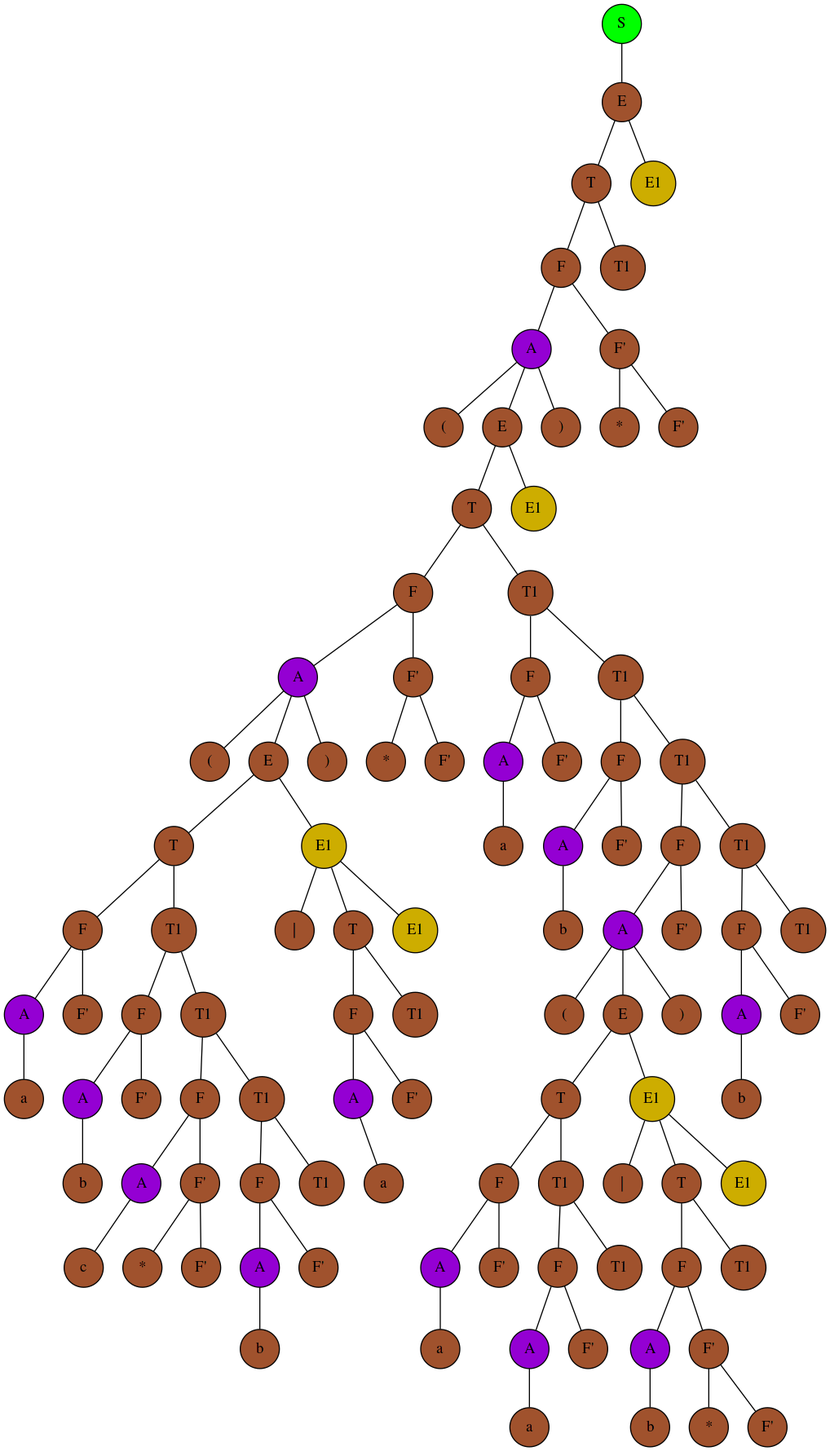
Above: src/out.png in vlakam/RecursiveParser (Graphviz), before the change. Its source is kept beside it as src/out.dot.
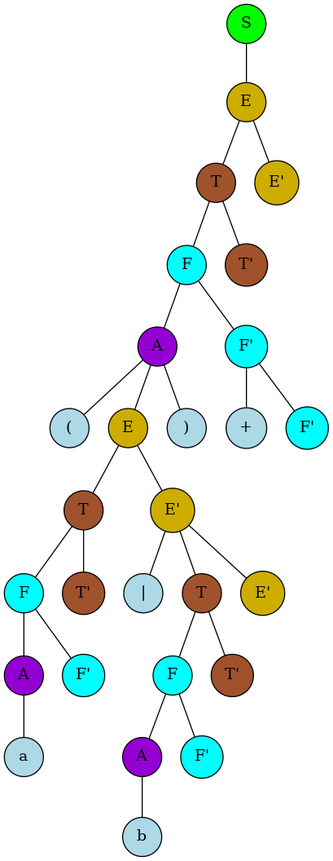
After the change.

Diff of the diagram source:
```diff
@@ -1,254 +1,71 @@
 graph g {
 	"705927765S0" [shape=circle, style=filled, fillcolor="green", label="S"];
-	"366712642E1" [shape=circle, style=filled, fillcolor="sienna", label="E"];
+	"366712642E1" [shape=circle, style=filled, fillcolor="gold3", label="E"];
 	"1829164700T2" [shape=circle, style=filled, fillcolor="sienna", label="T"];
-	"2018699554F3" [shape=circle, style=filled, fillcolor="sienna", label="F"];
+	"2018699554F3" [shape=circle, style=filled, fillcolor="cyan", label="F"];
 	"1311053135A4" [shape=circle, style=filled, fillcolor="darkviolet", label="A"];
-	"118352462(5" [shape=circle, style=filled, fillcolor="sienna", label="("];
-	"1550089733E5" [shape=circle, style=filled, fillcolor="sienna", label="E"];
+	"118352462(5" [shape=circle, style=filled, fillcolor="lightblue", label="("];
+	"1550089733E5" [shape=circle, style=filled, fillcolor="gold3", label="E"];
 	"865113938T6" [shape=circle, style=filled, fillcolor="sienna", label="T"];
-	"1442407170F7" [shape=circle, style=filled, fillcolor="sienna", label="F"];
+	"1442407170F7" [shape=circle, style=filled, fillcolor="cyan", label="F"];
 	"1028566121A8" [shape=circle, style=filled, fillcolor="darkviolet", label="A"];
-	"1118140819(9" [shape=circle, style=filled, fillcolor="sienna", label="("];
-	"1975012498E9" [shape=circle, style=filled, fillcolor="sienna", label="E"];
-	"1808253012T10" [shape=circle, style=filled, fillcolor="sienna", label="T"];
-	"589431969F11" [shape=circle, style=filled, fillcolor="sienna", label="F"];
-	"1252169911A12" [shape=circle, style=filled, fillcolor="darkviolet", label="A"];
-	"2101973421a13" [shape=circle, style=filled, fillcolor="sienna", label="a"];
-	"1252169911A12" -- "2101973421a13";
-	{ rank=same "2101973421a13" }
-	"685325104F'12" [shape=circle, style=filled, fillcolor="sienna", label="F'"];
-	"589431969F11" -- "1252169911A12";
-	"589431969F11" -- "685325104F'12";
-	{ rank=same "1252169911A12","685325104F'12" }
-	"460141958T111" [shape=circle, style=filled, fillcolor="sienna", label="T1"];
-	"1163157884F12" [shape=circle, style=filled, fillcolor="sienna", label="F"];
-	"1956725890A13" [shape=circle, style=filled, fillcolor="darkviolet", label="A"];
-	"356573597b14" [shape=circle, style=filled, fillcolor="sienna", label="b"];
-	"1956725890A13" -- "356573597b14";
-	{ rank=same "356573597b14" }
-	"1735600054F'13" [shape=circle, style=filled, fillcolor="sienna", label="F'"];
-	"1163157884F12" -- "1956725890A13";
-	"1163157884F12" -- "1735600054F'13";
-	{ rank=same "1956725890A13","1735600054F'13" }
-	"21685669T112" [shape=circle, style=filled, fillcolor="sienna", label="T1"];
-	"2133927002F13" [shape=circle, style=filled, fillcolor="sienna", label="F"];
-	"1836019240A14" [shape=circle, style=filled, fillcolor="darkviolet", label="A"];
-	"325040804c15" [shape=circle, style=filled, fillcolor="sienna", label="c"];
-	"1836019240A14" -- "325040804c15";
-	{ rank=same "325040804c15" }
-	"1173230247F'14" [shape=circle, style=filled, fillcolor="sienna", label="F'"];
-	"856419764*15" [shape=circle, style=filled, fillcolor="sienna", label="*"];
-	"621009875F'15" [shape=circle, style=filled, fillcolor="sienna", label="F'"];
-	"1173230247F'14" -- "856419764*15";
-	"1173230247F'14" -- "621009875F'15";
-	{ rank=same "856419764*15","621009875F'15" }
-	"2133927002F13" -- "1836019240A14";
-	"2133927002F13" -- "1173230247F'14";
-	{ rank=same "1836019240A14","1173230247F'14" }
-	"1265094477T113" [shape=circle, style=filled, fillcolor="sienna", label="T1"];
-	"2125039532F14" [shape=circle, style=filled, fillcolor="sienna", label="F"];
-	"312714112A15" [shape=circle, style=filled, fillcolor="darkviolet", label="A"];
-	"692404036b16" [shape=circle, style=filled, fillcolor="sienna", label="b"];
-	"312714112A15" -- "692404036b16";
-	{ rank=same "692404036b16" }
-	"1554874502F'15" [shape=circle, style=filled, fillcolor="sienna", label="F'"];
-	"2125039532F14" -- "312714112A15";
-	"2125039532F14" -- "1554874502F'15";
-	{ rank=same "312714112A15","1554874502F'15" }
-	"1846274136T114" [shape=circle, style=filled, fillcolor="sienna", label="T1"];
-	"1265094477T113" -- "2125039532F14";
-	"1265094477T113" -- "1846274136T114";
-	{ rank=same "2125039532F14","1846274136T114" }
-	"21685669T112" -- "2133927002F13";
-	"21685669T112" -- "1265094477T113";
-	{ rank=same "2133927002F13","1265094477T113" }
-	"460141958T111" -- "1163157884F12";
-	"460141958T111" -- "21685669T112";
-	{ rank=same "1163157884F12","21685669T112" }
-	"1808253012T10" -- "589431969F11";
-	"1808253012T10" -- "460141958T111";
-	{ rank=same "589431969F11","460141958T111" }
-	"1639705018E110" [shape=circle, style=filled, fillcolor="gold3", label="E1"];
-	"1627674070|11" [shape=circle, style=filled, fillcolor="sienna", label="|"];
-	"1360875712T11" [shape=circle, style=filled, fillcolor="sienna", label="T"];
-	"1625635731F12" [shape=circle, style=filled, fillcolor="sienna", label="F"];
-	"1580066828A13" [shape=circle, style=filled, fillcolor="darkviolet", label="A"];
-	"491044090a14" [shape=circle, style=filled, fillcolor="sienna", label="a"];
-	"1580066828A13" -- "491044090a14";
-	{ rank=same "491044090a14" }
-	"644117698F'13" [shape=circle, style=filled, fillcolor="sienna", label="F'"];
-	"1625635731F12" -- "1580066828A13";
-	"1625635731F12" -- "644117698F'13";
-	{ rank=same "1580066828A13","644117698F'13" }
-	"1872034366T112" [shape=circle, style=filled, fillcolor="sienna", label="T1"];
-	"1360875712T11" -- "1625635731F12";
-	"1360875712T11" -- "1872034366T112";
-	{ rank=same "1625635731F12","1872034366T112" }
-	"1581781576E111" [shape=circle, style=filled, fillcolor="gold3", label="E1"];
-	"1639705018E110" -- "1627674070|11";
-	"1639705018E110" -- "1360875712T11";
-	"1639705018E110" -- "1581781576E111";
-	{ rank=same "1627674070|11","1360875712T11","1581781576E111" }
-	"1975012498E9" -- "1808253012T10";
-	"1975012498E9" -- "1639705018E110";
-	{ rank=same "1808253012T10","1639705018E110" }
-	"1725154839)9" [shape=circle, style=filled, fillcolor="sienna", label=")"];
-	"1028566121A8" -- "1118140819(9";
-	"1028566121A8" -- "1975012498E9";
-	"1028566121A8" -- "1725154839)9";
-	{ rank=same "1118140819(9","1975012498E9","1725154839)9" }
-	"1670675563F'8" [shape=circle, style=filled, fillcolor="sienna", label="F'"];
-	"723074861*9" [shape=circle, style=filled, fillcolor="sienna", label="*"];
-	"895328852F'9" [shape=circle, style=filled, fillcolor="sienna", label="F'"];
-	"1670675563F'8" -- "723074861*9";
-	"1670675563F'8" -- "895328852F'9";
-	{ rank=same "723074861*9","895328852F'9" }
+	"1118140819a9" [shape=circle, style=filled, fillcolor="lightblue", label="a"];
+	"1028566121A8" -- "1118140819a9";
+	{ rank=same "1118140819a9" }
+	"1975012498F'8" [shape=circle, style=filled, fillcolor="cyan", label="F'"];
 	"1442407170F7" -- "1028566121A8";
-	"1442407170F7" -- "1670675563F'8";
-	{ rank=same "1028566121A8","1670675563F'8" }
-	"1304836502T17" [shape=circle, style=filled, fillcolor="sienna", label="T1"];
-	"225534817F8" [shape=circle, style=filled, fillcolor="sienna", label="F"];
-	"1878246837A9" [shape=circle, style=filled, fillcolor="darkviolet", label="A"];
-	"929338653a10" [shape=circle, style=filled, fillcolor="sienna", label="a"];
-	"1878246837A9" -- "929338653a10";
-	{ rank=same "929338653a10" }
-	"1259475182F'9" [shape=circle, style=filled, fillcolor="sienna", label="F'"];
-	"225534817F8" -- "1878246837A9";
-	"225534817F8" -- "1259475182F'9";
-	{ rank=same "1878246837A9","1259475182F'9" }
-	"1300109446T18" [shape=circle, style=filled, fillcolor="sienna", label="T1"];
-	"1020371697F9" [shape=circle, style=filled, fillcolor="sienna", label="F"];
-	"789451787A10" [shape=circle, style=filled, fillcolor="darkviolet", label="A"];
-	"1950409828b11" [shape=circle, style=filled, fillcolor="sienna", label="b"];
-	"789451787A10" -- "1950409828b11";
-	{ rank=same "1950409828b11" }
-	"1229416514F'10" [shape=circle, style=filled, fillcolor="sienna", label="F'"];
-	"1020371697F9" -- "789451787A10";
-	"1020371697F9" -- "1229416514F'10";
-	{ rank=same "789451787A10","1229416514F'10" }
-	"2016447921T19" [shape=circle, style=filled, fillcolor="sienna", label="T1"];
-	"666988784F10" [shape=circle, style=filled, fillcolor="sienna", label="F"];
-	"1414644648A11" [shape=circle, style=filled, fillcolor="darkviolet", label="A"];
-	"640070680(12" [shape=circle, style=filled, fillcolor="sienna", label="("];
-	"1510467688E12" [shape=circle, style=filled, fillcolor="sienna", label="E"];
-	"1995265320T13" [shape=circle, style=filled, fillcolor="sienna", label="T"];
-	"746292446F14" [shape=circle, style=filled, fillcolor="sienna", label="F"];
-	"1072591677A15" [shape=circle, style=filled, fillcolor="darkviolet", label="A"];
-	"1523554304a16" [shape=circle, style=filled, fillcolor="sienna", label="a"];
-	"1072591677A15" -- "1523554304a16";
-	{ rank=same "1523554304a16" }
-	"1175962212F'15" [shape=circle, style=filled, fillcolor="sienna", label="F'"];
-	"746292446F14" -- "1072591677A15";
-	"746292446F14" -- "1175962212F'15";
-	{ rank=same "1072591677A15","1175962212F'15" }
-	"918221580T114" [shape=circle, style=filled, fillcolor="sienna", label="T1"];
-	"2055281021F15" [shape=circle, style=filled, fillcolor="sienna", label="F"];
-	"1554547125A16" [shape=circle, style=filled, fillcolor="darkviolet", label="A"];
-	"617901222a17" [shape=circle, style=filled, fillcolor="sienna", label="a"];
-	"1554547125A16" -- "617901222a17";
-	{ rank=same "617901222a17" }
-	"1159190947F'16" [shape=circle, style=filled, fillcolor="sienna", label="F'"];
-	"2055281021F15" -- "1554547125A16";
-	"2055281021F15" -- "1159190947F'16";
-	{ rank=same "1554547125A16","1159190947F'16" }
-	"925858445T115" [shape=circle, style=filled, fillcolor="sienna", label="T1"];
-	"918221580T114" -- "2055281021F15";
-	"918221580T114" -- "925858445T115";
-	{ rank=same "2055281021F15","925858445T115" }
-	"1995265320T13" -- "746292446F14";
-	"1995265320T13" -- "918221580T114";
-	{ rank=same "746292446F14","918221580T114" }
-	"798154996E113" [shape=circle, style=filled, fillcolor="gold3", label="E1"];
-	"681842940|14" [shape=circle, style=filled, fillcolor="sienna", label="|"];
-	"1392838282T14" [shape=circle, style=filled, fillcolor="sienna", label="T"];
-	"523429237F15" [shape=circle, style=filled, fillcolor="sienna", label="F"];
-	"664740647A16" [shape=circle, style=filled, fillcolor="darkviolet", label="A"];
-	"804564176b17" [shape=circle, style=filled, fillcolor="sienna", label="b"];
-	"664740647A16" -- "804564176b17";
-	{ rank=same "804564176b17" }
-	"1421795058F'16" [shape=circle, style=filled, fillcolor="sienna", label="F'"];
-	"1555009629*17" [shape=circle, style=filled, fillcolor="sienna", label="*"];
-	"41359092F'17" [shape=circle, style=filled, fillcolor="sienna", label="F'"];
-	"1421795058F'16" -- "1555009629*17";
-	"1421795058F'16" -- "41359092F'17";
-	{ rank=same "1555009629*17","41359092F'17" }
-	"523429237F15" -- "664740647A16";
-	"523429237F15" -- "1421795058F'16";
-	{ rank=same "664740647A16","1421795058F'16" }
-	"149928006T115" [shape=circle, style=filled, fillcolor="sienna", label="T1"];
-	"1392838282T14" -- "523429237F15";
-	"1392838282T14" -- "149928006T115";
-	{ rank=same "523429237F15","149928006T115" }
-	"713338599E114" [shape=circle, style=filled, fillcolor="gold3", label="E1"];
-	"798154996E113" -- "681842940|14";
-	"798154996E113" -- "1392838282T14";
-	"798154996E113" -- "713338599E114";
-	{ rank=same "681842940|14","1392838282T14","713338599E114" }
-	"1510467688E12" -- "1995265320T13";
-	"1510467688E12" -- "798154996E113";
-	{ rank=same "1995265320T13","798154996E113" }
-	"168423058)12" [shape=circle, style=filled, fillcolor="sienna", label=")"];
-	"1414644648A11" -- "640070680(12";
-	"1414644648A11" -- "1510467688E12";
-	"1414644648A11" -- "168423058)12";
-	{ rank=same "640070680(12","1510467688E12","168423058)12" }
-	"821270929F'11" [shape=circle, style=filled, fillcolor="sienna", label="F'"];
-	"666988784F10" -- "1414644648A11";
-	"666988784F10" -- "821270929F'11";
-	{ rank=same "1414644648A11","821270929F'11" }
-	"1160460865T110" [shape=circle, style=filled, fillcolor="sienna", label="T1"];
-	"1247233941F11" [shape=circle, style=filled, fillcolor="sienna", label="F"];
-	"258952499A12" [shape=circle, style=filled, fillcolor="darkviolet", label="A"];
-	"603742814b13" [shape=circle, style=filled, fillcolor="sienna", label="b"];
-	"258952499A12" -- "603742814b13";
-	{ rank=same "603742814b13" }
-	"1067040082F'12" [shape=circle, style=filled, fillcolor="sienna", label="F'"];
-	"1247233941F11" -- "258952499A12";
-	"1247233941F11" -- "1067040082F'12";
-	{ rank=same "258952499A12","1067040082F'12" }
-	"1325547227T111" [shape=circle, style=filled, fillcolor="sienna", label="T1"];
-	"1160460865T110" -- "1247233941F11";
-	"1160460865T110" -- "1325547227T111";
-	{ rank=same "1247233941F11","1325547227T111" }
-	"2016447921T19" -- "666988784F10";
-	"2016447921T19" -- "1160460865T110";
-	{ rank=same "666988784F10","1160460865T110" }
-	"1300109446T18" -- "1020371697F9";
-	"1300109446T18" -- "2016447921T19";
-	{ rank=same "1020371697F9","2016447921T19" }
-	"1304836502T17" -- "225534817F8";
-	"1304836502T17" -- "1300109446T18";
-	{ rank=same "225534817F8","1300109446T18" }
+	"1442407170F7" -- "1975012498F'8";
+	{ rank=same "1028566121A8","1975012498F'8" }
+	"1808253012T'7" [shape=circle, style=filled, fillcolor="sienna", label="T'"];
 	"865113938T6" -- "1442407170F7";
-	"865113938T6" -- "1304836502T17";
-	{ rank=same "1442407170F7","1304836502T17" }
-	"980546781E16" [shape=circle, style=filled, fillcolor="gold3", label="E1"];
+	"865113938T6" -- "1808253012T'7";
+	{ rank=same "1442407170F7","1808253012T'7" }
+	"589431969E'6" [shape=circle, style=filled, fillcolor="gold3", label="E'"];
+	"1252169911|7" [shape=circle, style=filled, fillcolor="lightblue", label="|"];
+	"2101973421T7" [shape=circle, style=filled, fillcolor="sienna", label="T"];
+	"685325104F8" [shape=circle, style=filled, fillcolor="cyan", label="F"];
+	"460141958A9" [shape=circle, style=filled, fillcolor="darkviolet", label="A"];
+	"1163157884b10" [shape=circle, style=filled, fillcolor="lightblue", label="b"];
+	"460141958A9" -- "1163157884b10";
+	{ rank=same "1163157884b10" }
+	"1956725890F'9" [shape=circle, style=filled, fillcolor="cyan", label="F'"];
+	"685325104F8" -- "460141958A9";
+	"685325104F8" -- "1956725890F'9";
+	{ rank=same "460141958A9","1956725890F'9" }
+	"356573597T'8" [shape=circle, style=filled, fillcolor="sienna", label="T'"];
+	"2101973421T7" -- "685325104F8";
+	"2101973421T7" -- "356573597T'8";
+	{ rank=same "685325104F8","356573597T'8" }
+	"1735600054E'7" [shape=circle, style=filled, fillcolor="gold3", label="E'"];
+	"589431969E'6" -- "1252169911|7";
+	"589431969E'6" -- "2101973421T7";
+	"589431969E'6" -- "1735600054E'7";
+	{ rank=same "1252169911|7","2101973421T7","1735600054E'7" }
 	"1550089733E5" -- "865113938T6";
-	"1550089733E5" -- "980546781E16";
-	{ rank=same "865113938T6","980546781E16" }
-	"2061475679)5" [shape=circle, style=filled, fillcolor="sienna", label=")"];
+	"1550089733E5" -- "589431969E'6";
+	{ rank=same "865113938T6","589431969E'6" }
+	"21685669)5" [shape=circle, style=filled, fillcolor="lightblue", label=")"];
 	"1311053135A4" -- "118352462(5";
 	"1311053135A4" -- "1550089733E5";
-	"1311053135A4" -- "2061475679)5";
-	{ rank=same "118352462(5","1550089733E5","2061475679)5" }
-	"140435067F'4" [shape=circle, style=filled, fillcolor="sienna", label="F'"];
-	"1450495309*5" [shape=circle, style=filled, fillcolor="sienna", label="*"];
-	"1670782018F'5" [shape=circle, style=filled, fillcolor="sienna", label="F'"];
-	"140435067F'4" -- "1450495309*5";
-	"140435067F'4" -- "1670782018F'5";
-	{ rank=same "1450495309*5","1670782018F'5" }
+	"1311053135A4" -- "21685669)5";
+	{ rank=same "118352462(5","1550089733E5","21685669)5" }
+	"2133927002F'4" [shape=circle, style=filled, fillcolor="cyan", label="F'"];
+	"1836019240+5" [shape=circle, style=filled, fillcolor="lightblue", label="+"];
+	"325040804F'5" [shape=circle, style=filled, fillcolor="cyan", label="F'"];
+	"2133927002F'4" -- "1836019240+5";
+	"2133927002F'4" -- "325040804F'5";
+	{ rank=same "1836019240+5","325040804F'5" }
 	"2018699554F3" -- "1311053135A4";
-	"2018699554F3" -- "140435067F'4";
-	{ rank=same "1311053135A4","140435067F'4" }
-	"1706377736T13" [shape=circle, style=filled, fillcolor="sienna", label="T1"];
+	"2018699554F3" -- "2133927002F'4";
+	{ rank=same "1311053135A4","2133927002F'4" }
+	"1173230247T'3" [shape=circle, style=filled, fillcolor="sienna", label="T'"];
 	"1829164700T2" -- "2018699554F3";
-	"1829164700T2" -- "1706377736T13";
-	{ rank=same "2018699554F3","1706377736T13" }
-	"468121027E12" [shape=circle, style=filled, fillcolor="gold3", label="E1"];
+	"1829164700T2" -- "1173230247T'3";
+	{ rank=same "2018699554F3","1173230247T'3" }
+	"856419764E'2" [shape=circle, style=filled, fillcolor="gold3", label="E'"];
 	"366712642E1" -- "1829164700T2";
-	"366712642E1" -- "468121027E12";
-	{ rank=same "1829164700T2","468121027E12" }
+	"366712642E1" -- "856419764E'2";
+	{ rank=same "1829164700T2","856419764E'2" }
 	"705927765S0" -- "366712642E1";
 	{ rank=same "366712642E1" }
 }
```
